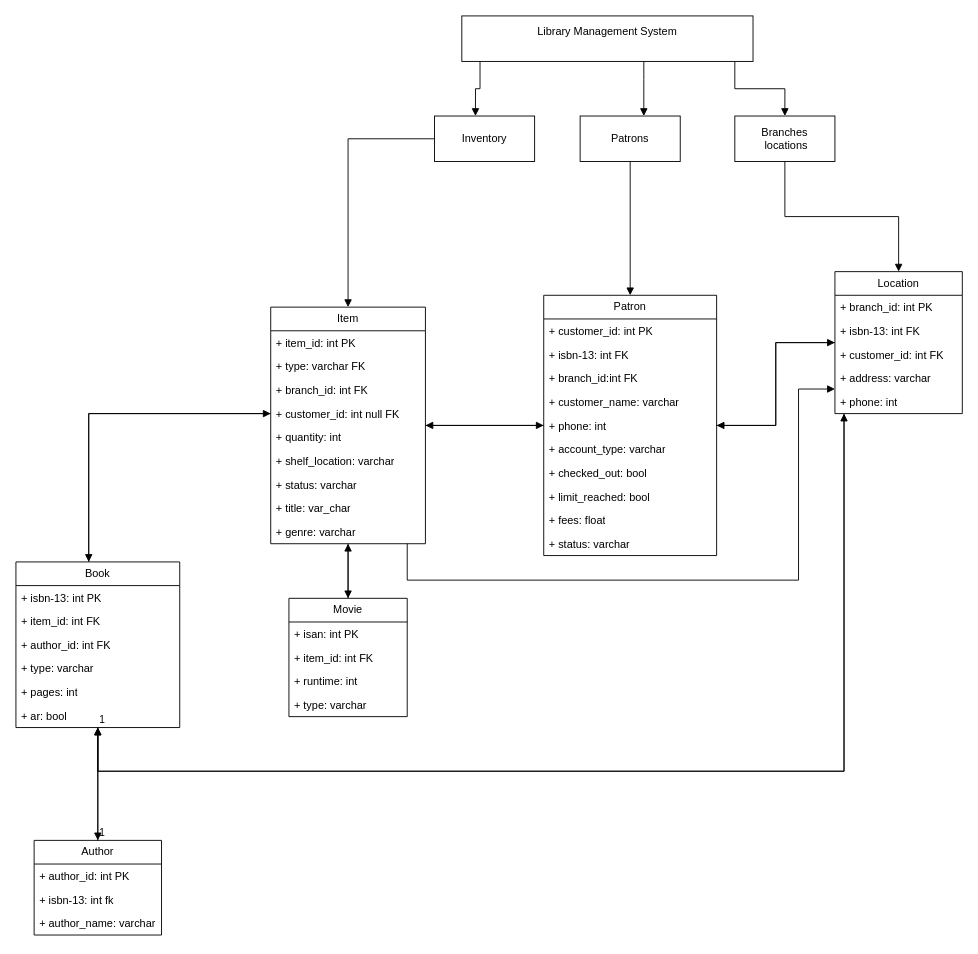
srigdon5/SDEV_220_Final_Project_Group7 keeps this draw.io diagram as Project_class_diagram.drawio. Above is the earlier version. Source tidied: cells renumbered, new cells numbered last; positions are measured from the earlier drawing's top-left corner, leaving out a move shared by most shapes. Both pictures are drawn from the tidied source at 91%, with x=0, y=0 at pixel (15, 15).
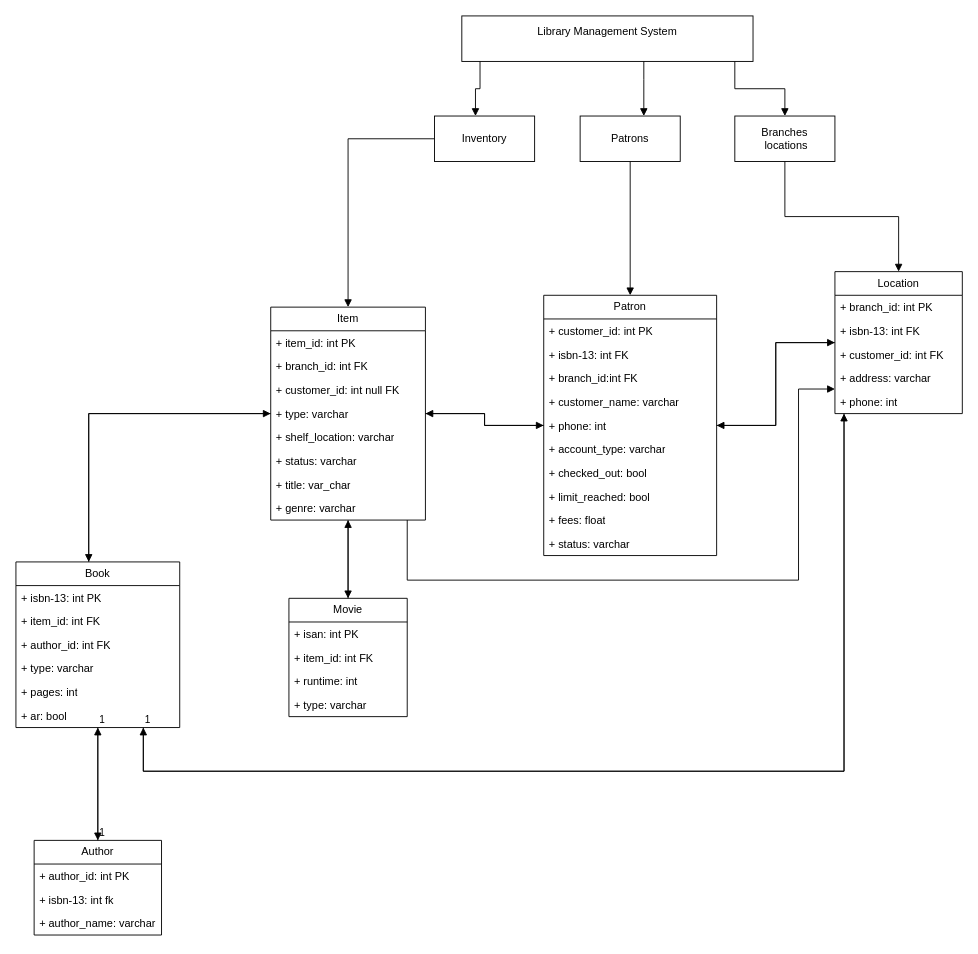
The same page after the edit.

Commit message (it also covers changes not shown here):
updated class_diagram, created flask file

Unchanged cells that the change refers to:
```xml
<mxCell id="6" value="Book" style="swimlane;fontStyle=0;horizontal=1;startSize=26;fillColor=none;whiteSpace=wrap;html=1;" parent="1" vertex="1">
  <mxGeometry y="600" width="180" height="182" as="geometry" />
</mxCell>
<mxCell id="33" value="Location" style="swimlane;fontStyle=0;horizontal=1;startSize=26;fillColor=none;whiteSpace=wrap;html=1;" parent="1" vertex="1">
  <mxGeometry x="900" y="281" width="140" height="156" as="geometry" />
</mxCell>
```

The edit, as a diff of the source:
```diff
@@
     <mxCell id="40" style="endArrow=block;endFill=1;html=1;edgeStyle=orthogonalEdgeStyle;align=left;verticalAlign=top;rounded=0;" parent="1" edge="1" source="33" target="6">
       <mxGeometry x="-1" relative="1" as="geometry">
         <Array as="points">
           <mxPoint x="910" y="830" />
+          <mxPoint x="140" y="830" />
         </Array>
       </mxGeometry>
     </mxCell>
@@
     <mxCell id="42" style="endArrow=block;endFill=1;html=1;edgeStyle=orthogonalEdgeStyle;align=left;verticalAlign=top;rounded=0;" parent="1" edge="1" source="6" target="33">
       <mxGeometry x="-1" relative="1" as="geometry">
         <Array as="points">
+          <mxPoint x="140" y="830" />
           <mxPoint x="910" y="830" />
         </Array>
       </mxGeometry>
     </mxCell>
@@
     <mxCell id="44" value="Item" style="swimlane;fontStyle=0;horizontal=1;startSize=26;fillColor=none;whiteSpace=wrap;html=1;" parent="1" vertex="1">
-      <mxGeometry x="280" y="320" width="170" height="260" as="geometry" />
+      <mxGeometry x="280" y="320" width="170" height="234" as="geometry" />
     </mxCell>
@@
-    <mxCell id="46" value="+ type: varchar FK" style="text;strokeColor=none;fillColor=none;align=left;verticalAlign=top;spacingLeft=4;spacingRight=4;overflow=hidden;whiteSpace=wrap;html=1;" parent="44" vertex="1">
-      <mxGeometry y="52" width="170" height="26" as="geometry" />
-    </mxCell>
     <mxCell id="47" value="+ branch_id: int FK" style="text;strokeColor=none;fillColor=none;align=left;verticalAlign=top;spacingLeft=4;spacingRight=4;overflow=hidden;whiteSpace=wrap;html=1;" parent="44" vertex="1">
-      <mxGeometry y="78" width="170" height="26" as="geometry" />
+      <mxGeometry y="52" width="170" height="26" as="geometry" />
     </mxCell>
     <mxCell id="48" value="+ customer_id: int null FK" style="text;strokeColor=none;fillColor=none;align=left;verticalAlign=top;spacingLeft=4;spacingRight=4;overflow=hidden;whiteSpace=wrap;html=1;" parent="44" vertex="1">
-      <mxGeometry y="104" width="170" height="26" as="geometry" />
+      <mxGeometry y="78" width="170" height="26" as="geometry" />
     </mxCell>
-    <mxCell id="49" value="+ quantity: int" style="text;strokeColor=none;fillColor=none;align=left;verticalAlign=top;spacingLeft=4;spacingRight=4;overflow=hidden;whiteSpace=wrap;html=1;" parent="44" vertex="1">
-      <mxGeometry y="130" width="170" height="26" as="geometry" />
-    </mxCell>
+    <mxCell id="46" value="+ type: varchar" style="text;strokeColor=none;fillColor=none;align=left;verticalAlign=top;spacingLeft=4;spacingRight=4;overflow=hidden;whiteSpace=wrap;html=1;" parent="44" vertex="1">
+      <mxGeometry y="104" width="170" height="26" as="geometry" />
+    </mxCell>
     <mxCell id="50" value="+ shelf_location: varchar" style="text;strokeColor=none;fillColor=none;align=left;verticalAlign=top;spacingLeft=4;spacingRight=4;overflow=hidden;whiteSpace=wrap;html=1;" parent="44" vertex="1">
-      <mxGeometry y="156" width="170" height="26" as="geometry" />
+      <mxGeometry y="130" width="170" height="26" as="geometry" />
     </mxCell>
     <mxCell id="51" value="+ status: varchar" style="text;strokeColor=none;fillColor=none;align=left;verticalAlign=top;spacingLeft=4;spacingRight=4;overflow=hidden;whiteSpace=wrap;html=1;" parent="44" vertex="1">
-      <mxGeometry y="182" width="170" height="26" as="geometry" />
+      <mxGeometry y="156" width="170" height="26" as="geometry" />
     </mxCell>
     <mxCell id="52" value="&lt;div&gt;+ title: var_char&lt;br&gt;&lt;/div&gt;" style="text;strokeColor=none;fillColor=none;align=left;verticalAlign=top;spacingLeft=4;spacingRight=4;overflow=hidden;whiteSpace=wrap;html=1;" parent="44" vertex="1">
-      <mxGeometry y="208" width="170" height="26" as="geometry" />
+      <mxGeometry y="182" width="170" height="26" as="geometry" />
     </mxCell>
     <mxCell id="53" value="+ genre: varchar" style="text;strokeColor=none;fillColor=none;align=left;verticalAlign=top;spacingLeft=4;spacingRight=4;overflow=hidden;whiteSpace=wrap;html=1;" parent="44" vertex="1">
-      <mxGeometry y="234" width="170" height="26" as="geometry" />
+      <mxGeometry y="208" width="170" height="26" as="geometry" />
     </mxCell>
```
